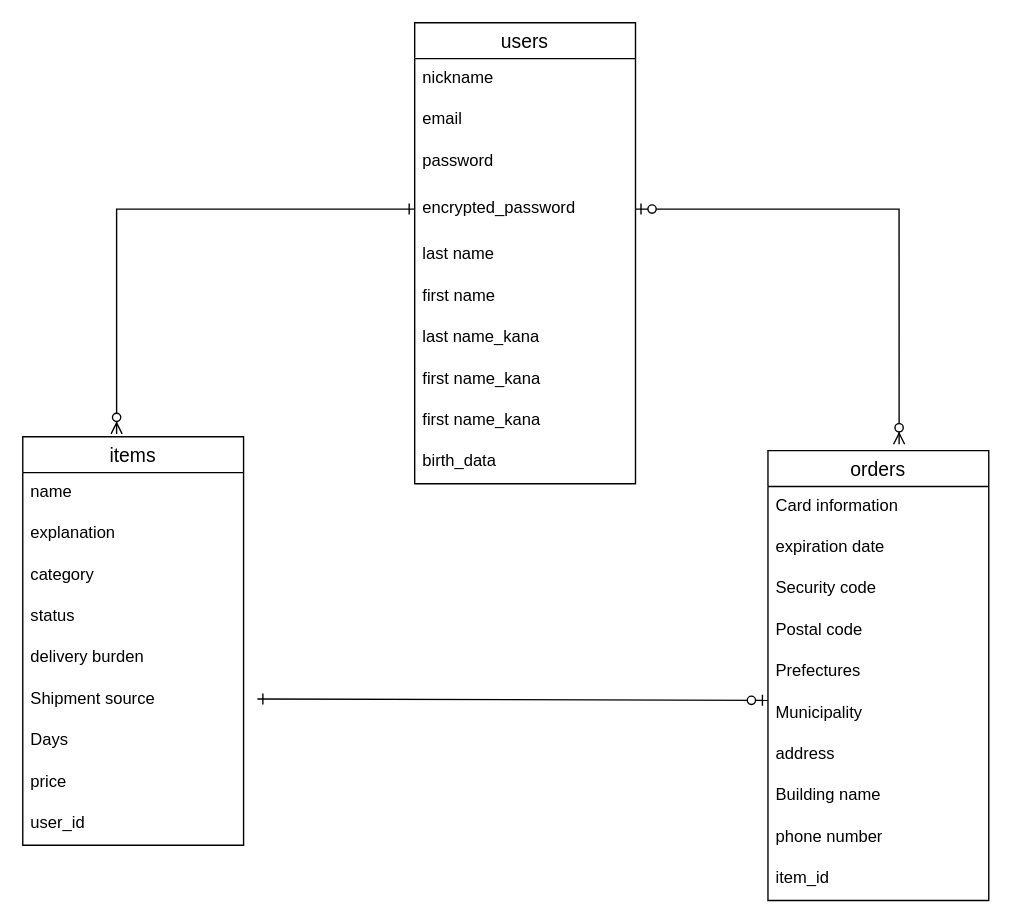
KimFight/furima-32013 keeps this draw.io diagram as furimo.dio. Above is the earlier version. Source tidied: cells renumbered, new cells numbered last; positions are measured from the earlier drawing's top-left corner, leaving out a move shared by most shapes. Both pictures are drawn from the tidied source at 138%, with x=0, y=0 at pixel (22, 22).
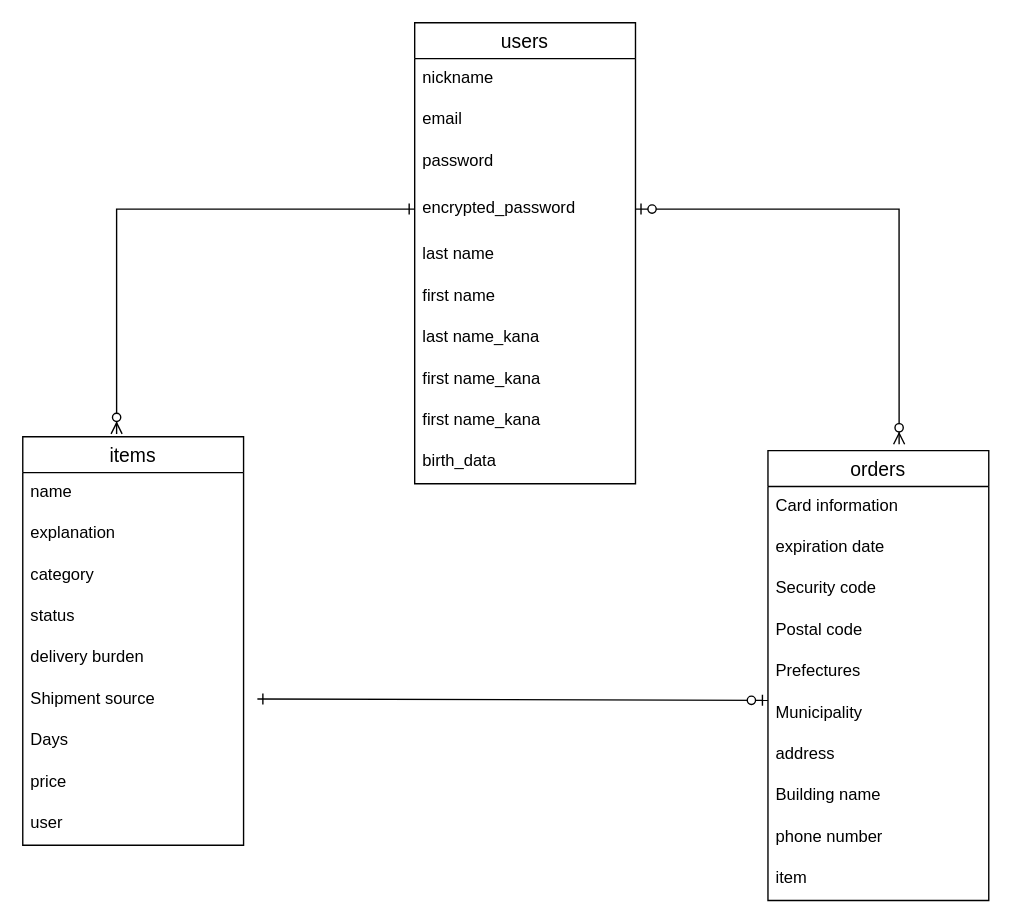
Above is the later version.

The change refers to these unchanged cells:
```xml
<mxCell id="2" value="items" style="swimlane;fontStyle=0;horizontal=1;startSize=26;align=center;fontSize=14;" parent="1" vertex="1">
  <mxGeometry y="300" width="160" height="296" as="geometry" />
</mxCell>
<mxCell id="12" value="orders" style="swimlane;fontStyle=0;horizontal=1;startSize=26;align=center;fontSize=14;" parent="1" vertex="1">
  <mxGeometry x="540" y="310" width="160" height="326" as="geometry" />
</mxCell>
```

What changed in the source:
```diff
@@
-    <mxCell id="11" value="user_id" style="text;strokeColor=none;fillColor=none;spacingLeft=4;spacingRight=4;overflow=hidden;fontSize=12;" parent="2" vertex="1">
+    <mxCell id="11" value="user" style="text;strokeColor=none;fillColor=none;spacingLeft=4;spacingRight=4;overflow=hidden;fontSize=12;" parent="2" vertex="1">
       <mxGeometry y="266" width="160" height="30" as="geometry" />
     </mxCell>
@@
-    <mxCell id="22" value="item_id" style="text;strokeColor=none;fillColor=none;spacingLeft=4;spacingRight=4;overflow=hidden;fontSize=12;" parent="12" vertex="1">
+    <mxCell id="22" value="item" style="text;strokeColor=none;fillColor=none;spacingLeft=4;spacingRight=4;overflow=hidden;fontSize=12;" parent="12" vertex="1">
       <mxGeometry y="296" width="160" height="30" as="geometry" />
     </mxCell>
```
